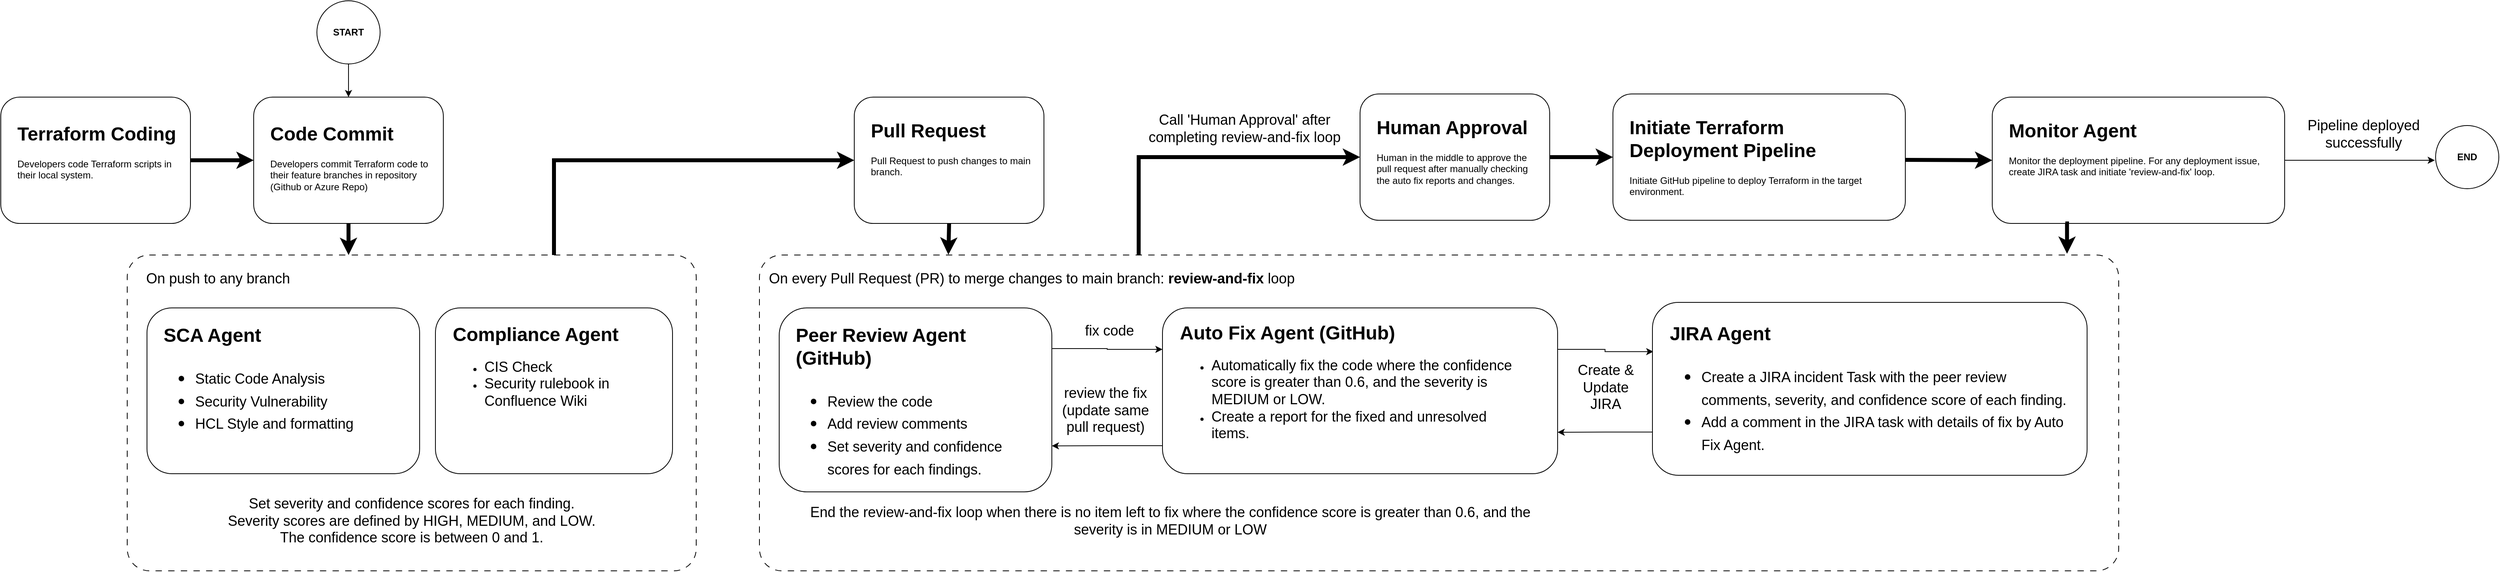
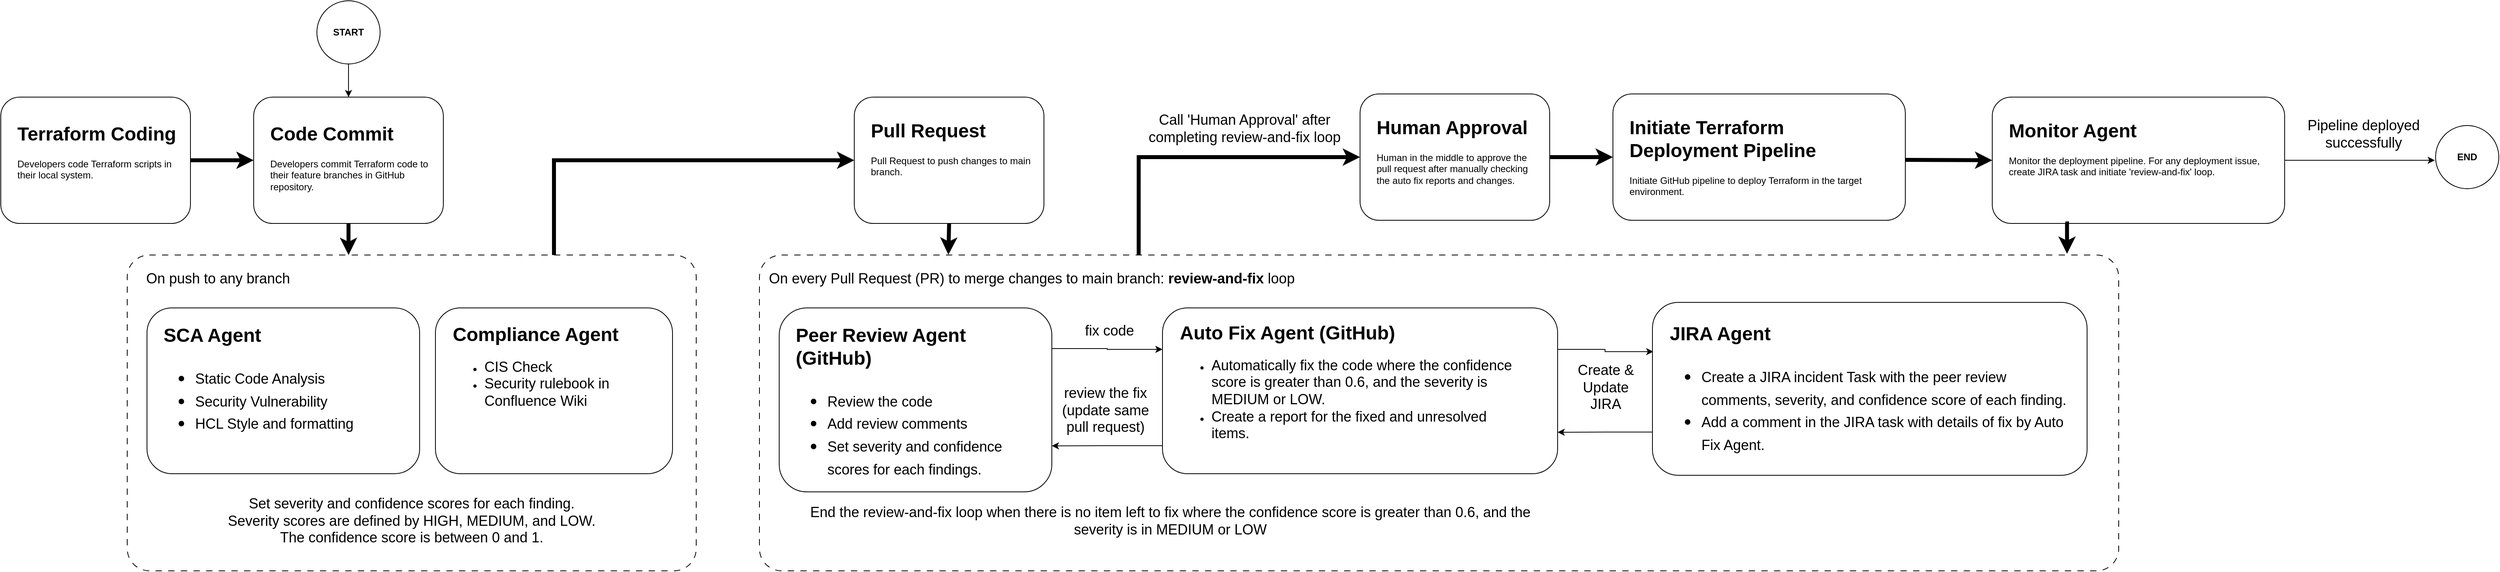
<mxfile host="app.diagrams.net">
  <diagram name="Page-1" id="llQ14HlxIDWXj9B5HY60">
    <mxGraphModel dx="1006" dy="638" grid="1" gridSize="10" guides="1" tooltips="1" connect="1" arrows="1" fold="1" page="1" pageScale="1" pageWidth="850" pageHeight="1100" math="0" shadow="0">
      <root>
        <mxCell id="0" />
        <mxCell id="1" parent="0" />
        <mxCell id="IWc9zJM8tDhvkjJ2dRjy-13" edge="1" parent="1" source="IWc9zJM8tDhvkjJ2dRjy-5" style="edgeStyle=orthogonalEdgeStyle;rounded=0;orthogonalLoop=1;jettySize=auto;html=1;entryX=0;entryY=0.5;entryDx=0;entryDy=0;exitX=0.75;exitY=0;exitDx=0;exitDy=0;strokeWidth=5;" target="IWc9zJM8tDhvkjJ2dRjy-1">
          <mxGeometry relative="1" as="geometry" />
        </mxCell>
        <mxCell id="oJW8UGhNAXkty13G2p3x-1" parent="1" style="rounded=1;whiteSpace=wrap;html=1;" value="" vertex="1">
          <mxGeometry height="160" width="240" x="440" y="200" as="geometry" />
        </mxCell>
-         <mxCell id="oJW8UGhNAXkty13G2p3x-3" parent="1" style="text;html=1;whiteSpace=wrap;overflow=hidden;rounded=0;" value="&lt;h1 style=&quot;margin-top: 0px;&quot;&gt;Code Commit&lt;/h1&gt;&lt;p&gt;Developers commit Terraform code to their feature branches in repository (Github or Azure Repo)&lt;/p&gt;" vertex="1">
+         <mxCell id="oJW8UGhNAXkty13G2p3x-3" parent="1" style="text;html=1;whiteSpace=wrap;overflow=hidden;rounded=0;" value="&lt;h1 style=&quot;margin-top: 0px;&quot;&gt;Code Commit&lt;/h1&gt;&lt;p&gt;Developers commit Terraform code to their feature branches in GitHub repository.&lt;/p&gt;" vertex="1">
          <mxGeometry height="100" width="210" x="459" y="226" as="geometry" />
        </mxCell>
        <mxCell id="IWc9zJM8tDhvkjJ2dRjy-35" edge="1" parent="1" source="IWc9zJM8tDhvkjJ2dRjy-14" style="edgeStyle=orthogonalEdgeStyle;rounded=0;orthogonalLoop=1;jettySize=auto;html=1;entryX=0;entryY=0.5;entryDx=0;entryDy=0;exitX=0.279;exitY=0.025;exitDx=0;exitDy=0;exitPerimeter=0;strokeWidth=5;" target="IWc9zJM8tDhvkjJ2dRjy-33">
          <mxGeometry relative="1" as="geometry">
            <Array as="points">
              <mxPoint x="1560" y="276" />
            </Array>
          </mxGeometry>
        </mxCell>
        <mxCell id="IWc9zJM8tDhvkjJ2dRjy-1" parent="1" style="rounded=1;whiteSpace=wrap;html=1;" value="" vertex="1">
          <mxGeometry height="160" width="240" x="1200" y="200" as="geometry" />
        </mxCell>
        <mxCell id="IWc9zJM8tDhvkjJ2dRjy-2" parent="1" style="text;html=1;whiteSpace=wrap;overflow=hidden;rounded=0;" value="&lt;h1 style=&quot;margin-top: 0px;&quot;&gt;Pull Request&lt;/h1&gt;&lt;p&gt;Pull Request to push changes to main branch.&lt;/p&gt;" vertex="1">
          <mxGeometry height="100" width="210" x="1219" y="222" as="geometry" />
        </mxCell>
        <mxCell id="IWc9zJM8tDhvkjJ2dRjy-12" edge="1" parent="1" source="IWc9zJM8tDhvkjJ2dRjy-3" style="edgeStyle=orthogonalEdgeStyle;rounded=0;orthogonalLoop=1;jettySize=auto;html=1;exitX=1;exitY=0.5;exitDx=0;exitDy=0;entryX=0;entryY=0.5;entryDx=0;entryDy=0;strokeWidth=5;" target="oJW8UGhNAXkty13G2p3x-1">
          <mxGeometry relative="1" as="geometry" />
        </mxCell>
        <mxCell id="IWc9zJM8tDhvkjJ2dRjy-3" parent="1" style="rounded=1;whiteSpace=wrap;html=1;" value="" vertex="1">
          <mxGeometry height="160" width="240" x="120" y="200" as="geometry" />
        </mxCell>
        <mxCell id="IWc9zJM8tDhvkjJ2dRjy-4" parent="1" style="text;html=1;whiteSpace=wrap;overflow=hidden;rounded=0;" value="&lt;h1 style=&quot;margin-top: 0px;&quot;&gt;Terraform Coding&lt;/h1&gt;&lt;p&gt;Developers code Terraform scripts in their local system.&lt;/p&gt;" vertex="1">
          <mxGeometry height="100" width="210" x="139" y="226" as="geometry" />
        </mxCell>
        <mxCell id="IWc9zJM8tDhvkjJ2dRjy-5" parent="1" style="rounded=1;whiteSpace=wrap;html=1;arcSize=7;dashed=1;dashPattern=8 8;" value="" vertex="1">
          <mxGeometry height="400" width="720" x="280" y="400" as="geometry" />
        </mxCell>
        <mxCell id="IWc9zJM8tDhvkjJ2dRjy-6" parent="1" style="text;html=1;whiteSpace=wrap;strokeColor=none;fillColor=none;align=center;verticalAlign=middle;rounded=0;" value="&lt;font style=&quot;font-size: 18px;&quot;&gt;On push to any branch&lt;/font&gt;" vertex="1">
          <mxGeometry height="30" width="210" x="290" y="415" as="geometry" />
        </mxCell>
        <mxCell id="IWc9zJM8tDhvkjJ2dRjy-7" parent="1" style="rounded=1;whiteSpace=wrap;html=1;" value="" vertex="1">
          <mxGeometry height="210" width="345" x="305" y="467" as="geometry" />
        </mxCell>
        <mxCell id="IWc9zJM8tDhvkjJ2dRjy-8" parent="1" style="text;html=1;whiteSpace=wrap;overflow=hidden;rounded=0;" value="&lt;h1 style=&quot;margin-top: 0px;&quot;&gt;SCA Agent&lt;/h1&gt;&lt;h1 style=&quot;margin-top: 0px;&quot;&gt;&lt;p style=&quot;font-size: 12px; font-weight: 400;&quot;&gt;&lt;/p&gt;&lt;ul&gt;&lt;li&gt;&lt;span style=&quot;font-size: 18px; font-weight: normal;&quot;&gt;Static Code Analysis&lt;/span&gt;&lt;/li&gt;&lt;li&gt;&lt;span style=&quot;font-size: 18px; font-weight: normal;&quot;&gt;Security Vulnerability&lt;/span&gt;&lt;/li&gt;&lt;li&gt;&lt;span style=&quot;font-size: 18px; font-weight: normal;&quot;&gt;HCL Style and formatting&lt;/span&gt;&lt;/li&gt;&lt;/ul&gt;&lt;p&gt;&lt;/p&gt;&lt;/h1&gt;" vertex="1">
          <mxGeometry height="183" width="306" x="324" y="481" as="geometry" />
        </mxCell>
        <mxCell id="IWc9zJM8tDhvkjJ2dRjy-9" parent="1" style="rounded=1;whiteSpace=wrap;html=1;" value="" vertex="1">
          <mxGeometry height="210" width="300" x="670" y="467" as="geometry" />
        </mxCell>
        <mxCell id="IWc9zJM8tDhvkjJ2dRjy-10" parent="1" style="text;html=1;whiteSpace=wrap;overflow=hidden;rounded=0;" value="&lt;h1 style=&quot;margin-top: 0px;&quot;&gt;Compliance Agent&lt;/h1&gt;&lt;p&gt;&lt;/p&gt;&lt;ul&gt;&lt;li&gt;&lt;span style=&quot;font-size: 18px;&quot;&gt;CIS Check&lt;/span&gt;&lt;/li&gt;&lt;li&gt;&lt;span style=&quot;font-size: 18px;&quot;&gt;Security rulebook in Confluence Wiki&lt;/span&gt;&lt;/li&gt;&lt;/ul&gt;&lt;p&gt;&lt;/p&gt;" vertex="1">
          <mxGeometry height="180" width="269" x="690" y="480" as="geometry" />
        </mxCell>
        <mxCell id="IWc9zJM8tDhvkjJ2dRjy-11" edge="1" parent="1" source="oJW8UGhNAXkty13G2p3x-1" style="edgeStyle=orthogonalEdgeStyle;rounded=0;orthogonalLoop=1;jettySize=auto;html=1;exitX=0.5;exitY=1;exitDx=0;exitDy=0;entryX=0.389;entryY=0;entryDx=0;entryDy=0;entryPerimeter=0;strokeWidth=5;" target="IWc9zJM8tDhvkjJ2dRjy-5">
          <mxGeometry relative="1" as="geometry" />
        </mxCell>
        <mxCell id="IWc9zJM8tDhvkjJ2dRjy-14" parent="1" style="rounded=1;whiteSpace=wrap;html=1;arcSize=7;dashed=1;dashPattern=8 8;" value="" vertex="1">
          <mxGeometry height="400" width="1720" x="1080" y="400" as="geometry" />
        </mxCell>
        <mxCell id="IWc9zJM8tDhvkjJ2dRjy-15" parent="1" style="text;html=1;whiteSpace=wrap;strokeColor=none;fillColor=none;align=left;verticalAlign=middle;rounded=0;" value="&lt;font style=&quot;font-size: 18px;&quot;&gt;On every Pull Request (PR) to merge changes to main branch: &lt;b&gt;review-and-fix &lt;/b&gt;loop&lt;/font&gt;" vertex="1">
          <mxGeometry height="30" width="740" x="1090" y="415" as="geometry" />
        </mxCell>
        <mxCell id="IWc9zJM8tDhvkjJ2dRjy-22" edge="1" parent="1" source="IWc9zJM8tDhvkjJ2dRjy-16" style="edgeStyle=orthogonalEdgeStyle;rounded=0;orthogonalLoop=1;jettySize=auto;html=1;exitX=1;exitY=0.221;exitDx=0;exitDy=0;entryX=0;entryY=0.25;entryDx=0;entryDy=0;exitPerimeter=0;" target="IWc9zJM8tDhvkjJ2dRjy-18">
          <mxGeometry relative="1" as="geometry" />
        </mxCell>
        <mxCell id="IWc9zJM8tDhvkjJ2dRjy-16" parent="1" style="rounded=1;whiteSpace=wrap;html=1;" value="" vertex="1">
          <mxGeometry height="233" width="345" x="1105" y="467" as="geometry" />
        </mxCell>
        <mxCell id="IWc9zJM8tDhvkjJ2dRjy-17" parent="1" style="text;html=1;whiteSpace=wrap;overflow=hidden;rounded=0;" value="&lt;h1 style=&quot;margin-top: 0px;&quot;&gt;Peer Review Agent (GitHub)&lt;/h1&gt;&lt;h1 style=&quot;margin-top: 0px;&quot;&gt;&lt;p style=&quot;font-size: 12px; font-weight: 400;&quot;&gt;&lt;/p&gt;&lt;ul&gt;&lt;li&gt;&lt;span style=&quot;font-size: 18px; font-weight: 400;&quot;&gt;Review the code&lt;/span&gt;&lt;/li&gt;&lt;li&gt;&lt;span style=&quot;font-size: 18px; font-weight: 400;&quot;&gt;Add review comments&lt;/span&gt;&lt;/li&gt;&lt;li&gt;&lt;span style=&quot;font-size: 18px; font-weight: 400;&quot;&gt;Set severity and confidence scores for each findings.&lt;/span&gt;&lt;/li&gt;&lt;/ul&gt;&lt;p&gt;&lt;/p&gt;&lt;/h1&gt;" vertex="1">
          <mxGeometry height="209" width="306" x="1124" y="481" as="geometry" />
        </mxCell>
        <mxCell id="IWc9zJM8tDhvkjJ2dRjy-23" edge="1" parent="1" source="IWc9zJM8tDhvkjJ2dRjy-18" style="edgeStyle=orthogonalEdgeStyle;rounded=0;orthogonalLoop=1;jettySize=auto;html=1;exitX=0;exitY=0.831;exitDx=0;exitDy=0;entryX=1;entryY=0.75;entryDx=0;entryDy=0;exitPerimeter=0;" target="IWc9zJM8tDhvkjJ2dRjy-16">
          <mxGeometry relative="1" as="geometry" />
        </mxCell>
        <mxCell id="IWc9zJM8tDhvkjJ2dRjy-31" edge="1" parent="1" source="IWc9zJM8tDhvkjJ2dRjy-18" style="edgeStyle=orthogonalEdgeStyle;rounded=0;orthogonalLoop=1;jettySize=auto;html=1;exitX=1;exitY=0.25;exitDx=0;exitDy=0;entryX=0.002;entryY=0.285;entryDx=0;entryDy=0;entryPerimeter=0;" target="IWc9zJM8tDhvkjJ2dRjy-27">
          <mxGeometry relative="1" as="geometry" />
        </mxCell>
        <mxCell id="IWc9zJM8tDhvkjJ2dRjy-18" parent="1" style="rounded=1;whiteSpace=wrap;html=1;" value="" vertex="1">
          <mxGeometry height="210" width="500" x="1590" y="467" as="geometry" />
        </mxCell>
        <mxCell id="IWc9zJM8tDhvkjJ2dRjy-19" parent="1" style="text;html=1;whiteSpace=wrap;overflow=hidden;rounded=0;" value="&lt;h1 style=&quot;margin-top: 0px;&quot;&gt;Auto Fix Agent (GitHub)&lt;/h1&gt;&lt;p&gt;&lt;/p&gt;&lt;ul&gt;&lt;li&gt;&lt;span style=&quot;font-size: 18px;&quot;&gt;Automatically fix the code where the confidence score is greater than 0.6, and the severity is MEDIUM or LOW.&amp;nbsp;&lt;/span&gt;&lt;/li&gt;&lt;li&gt;&lt;span style=&quot;font-size: 18px;&quot;&gt;Create a report for the fixed and unresolved items.&lt;/span&gt;&lt;/li&gt;&lt;/ul&gt;&lt;p&gt;&lt;/p&gt;" vertex="1">
          <mxGeometry height="192" width="440" x="1610" y="478" as="geometry" />
        </mxCell>
        <mxCell id="IWc9zJM8tDhvkjJ2dRjy-20" parent="1" style="text;whiteSpace=wrap;fontSize=18;align=center;" value="Set severity and confidence scores for each finding.&#xa;Severity scores are defined by HIGH, MEDIUM, and LOW.&#xa;The confidence score is between 0 and 1." vertex="1">
          <mxGeometry height="77" width="640" x="320" y="698" as="geometry" />
        </mxCell>
        <mxCell id="IWc9zJM8tDhvkjJ2dRjy-21" edge="1" parent="1" source="IWc9zJM8tDhvkjJ2dRjy-1" style="edgeStyle=orthogonalEdgeStyle;rounded=0;orthogonalLoop=1;jettySize=auto;html=1;exitX=0.5;exitY=1;exitDx=0;exitDy=0;entryX=0.139;entryY=-0.001;entryDx=0;entryDy=0;entryPerimeter=0;strokeWidth=5;" target="IWc9zJM8tDhvkjJ2dRjy-14">
          <mxGeometry relative="1" as="geometry" />
        </mxCell>
        <mxCell id="IWc9zJM8tDhvkjJ2dRjy-24" parent="1" style="text;html=1;whiteSpace=wrap;strokeColor=none;fillColor=none;align=center;verticalAlign=middle;rounded=0;" value="&lt;font style=&quot;font-size: 18px;&quot;&gt;fix code&lt;/font&gt;" vertex="1">
          <mxGeometry height="30" width="82" x="1482" y="481" as="geometry" />
        </mxCell>
        <mxCell id="IWc9zJM8tDhvkjJ2dRjy-25" parent="1" style="text;html=1;whiteSpace=wrap;strokeColor=none;fillColor=none;align=center;verticalAlign=middle;rounded=0;" value="&lt;font style=&quot;font-size: 18px;&quot;&gt;review the fix (update same pull request)&lt;/font&gt;" vertex="1">
          <mxGeometry height="67" width="120" x="1458" y="563" as="geometry" />
        </mxCell>
        <mxCell id="IWc9zJM8tDhvkjJ2dRjy-26" parent="1" style="text;html=1;whiteSpace=wrap;strokeColor=none;fillColor=none;align=center;verticalAlign=middle;rounded=0;" value="&lt;font style=&quot;font-size: 18px;&quot;&gt;End the review-and-fix loop when there is no item left to fix where the confidence score is greater than 0.6, and the severity is in MEDIUM or LOW&lt;/font&gt;" vertex="1">
          <mxGeometry height="50" width="980" x="1110" y="711.5" as="geometry" />
        </mxCell>
        <mxCell id="IWc9zJM8tDhvkjJ2dRjy-30" edge="1" parent="1" source="IWc9zJM8tDhvkjJ2dRjy-27" style="edgeStyle=orthogonalEdgeStyle;rounded=0;orthogonalLoop=1;jettySize=auto;html=1;exitX=0;exitY=0.75;exitDx=0;exitDy=0;entryX=1;entryY=0.75;entryDx=0;entryDy=0;" target="IWc9zJM8tDhvkjJ2dRjy-18">
          <mxGeometry relative="1" as="geometry" />
        </mxCell>
        <mxCell id="IWc9zJM8tDhvkjJ2dRjy-27" parent="1" style="rounded=1;whiteSpace=wrap;html=1;" value="" vertex="1">
          <mxGeometry height="219" width="550" x="2210" y="460" as="geometry" />
        </mxCell>
        <mxCell id="IWc9zJM8tDhvkjJ2dRjy-28" parent="1" style="text;html=1;whiteSpace=wrap;overflow=hidden;rounded=0;" value="&lt;h1 style=&quot;margin-top: 0px;&quot;&gt;JIRA Agent&lt;/h1&gt;&lt;h1 style=&quot;margin-top: 0px;&quot;&gt;&lt;p style=&quot;font-size: 12px; font-weight: 400;&quot;&gt;&lt;/p&gt;&lt;ul&gt;&lt;li&gt;&lt;span style=&quot;font-size: 18px; font-weight: 400;&quot;&gt;Create a JIRA incident Task with the peer review comments, severity, and confidence score of each finding.&lt;/span&gt;&lt;/li&gt;&lt;li&gt;&lt;span style=&quot;font-size: 18px; font-weight: 400;&quot;&gt;Add a comment in the JIRA task with details of fix by Auto Fix Agent.&lt;/span&gt;&lt;/li&gt;&lt;/ul&gt;&lt;p&gt;&lt;/p&gt;&lt;/h1&gt;" vertex="1">
          <mxGeometry height="191" width="510" x="2230" y="479" as="geometry" />
        </mxCell>
        <mxCell id="IWc9zJM8tDhvkjJ2dRjy-32" parent="1" style="text;html=1;whiteSpace=wrap;strokeColor=none;fillColor=none;align=center;verticalAlign=middle;rounded=0;" value="&lt;font style=&quot;font-size: 18px;&quot;&gt;Create &amp;amp; Update JIRA&lt;/font&gt;" vertex="1">
          <mxGeometry height="57.5" width="102" x="2100" y="539" as="geometry" />
        </mxCell>
        <mxCell id="IWc9zJM8tDhvkjJ2dRjy-39" edge="1" parent="1" source="IWc9zJM8tDhvkjJ2dRjy-33" style="edgeStyle=orthogonalEdgeStyle;rounded=0;orthogonalLoop=1;jettySize=auto;html=1;exitX=1;exitY=0.5;exitDx=0;exitDy=0;entryX=0;entryY=0.5;entryDx=0;entryDy=0;strokeWidth=5;" target="IWc9zJM8tDhvkjJ2dRjy-37">
          <mxGeometry relative="1" as="geometry" />
        </mxCell>
        <mxCell id="IWc9zJM8tDhvkjJ2dRjy-33" parent="1" style="rounded=1;whiteSpace=wrap;html=1;" value="" vertex="1">
          <mxGeometry height="160" width="240" x="1840" y="196" as="geometry" />
        </mxCell>
        <mxCell id="IWc9zJM8tDhvkjJ2dRjy-34" parent="1" style="text;html=1;whiteSpace=wrap;overflow=hidden;rounded=0;" value="&lt;h1 style=&quot;margin-top: 0px;&quot;&gt;Human Approval&lt;/h1&gt;&lt;p&gt;Human in the middle to approve the pull request after manually checking the auto fix reports and changes.&amp;nbsp;&lt;/p&gt;" vertex="1">
          <mxGeometry height="100" width="210" x="1859" y="218" as="geometry" />
        </mxCell>
        <mxCell id="IWc9zJM8tDhvkjJ2dRjy-36" parent="1" style="text;html=1;whiteSpace=wrap;strokeColor=none;fillColor=none;align=center;verticalAlign=middle;rounded=0;" value="&lt;font style=&quot;font-size: 18px;&quot;&gt;Call &#39;Human Approval&#39; after completing review-and-fix loop&lt;/font&gt;" vertex="1">
          <mxGeometry height="60" width="248" x="1570" y="210" as="geometry" />
        </mxCell>
        <mxCell id="IWc9zJM8tDhvkjJ2dRjy-37" parent="1" style="rounded=1;whiteSpace=wrap;html=1;" value="" vertex="1">
          <mxGeometry height="160" width="370" x="2160" y="196" as="geometry" />
        </mxCell>
        <mxCell id="IWc9zJM8tDhvkjJ2dRjy-38" parent="1" style="text;html=1;whiteSpace=wrap;overflow=hidden;rounded=0;" value="&lt;h1 style=&quot;margin-top: 0px;&quot;&gt;Initiate Terraform Deployment Pipeline&lt;/h1&gt;&lt;p&gt;Initiate GitHub pipeline to deploy Terraform in the target environment.&amp;nbsp;&amp;nbsp;&lt;/p&gt;" vertex="1">
          <mxGeometry height="112" width="341" x="2179" y="218" as="geometry" />
        </mxCell>
        <mxCell id="IWc9zJM8tDhvkjJ2dRjy-41" edge="1" parent="1" source="IWc9zJM8tDhvkjJ2dRjy-40" style="edgeStyle=orthogonalEdgeStyle;rounded=0;orthogonalLoop=1;jettySize=auto;html=1;exitX=0.5;exitY=1;exitDx=0;exitDy=0;entryX=0.5;entryY=0;entryDx=0;entryDy=0;" target="oJW8UGhNAXkty13G2p3x-1">
          <mxGeometry relative="1" as="geometry" />
        </mxCell>
        <mxCell id="IWc9zJM8tDhvkjJ2dRjy-40" parent="1" style="ellipse;whiteSpace=wrap;html=1;aspect=fixed;fontStyle=1" value="START" vertex="1">
          <mxGeometry height="80" width="80" x="520" y="78" as="geometry" />
        </mxCell>
        <mxCell id="IWc9zJM8tDhvkjJ2dRjy-47" edge="1" parent="1" source="IWc9zJM8tDhvkjJ2dRjy-42" style="edgeStyle=orthogonalEdgeStyle;rounded=0;orthogonalLoop=1;jettySize=auto;html=1;exitX=1;exitY=0.5;exitDx=0;exitDy=0;">
          <mxGeometry relative="1" as="geometry">
            <mxPoint x="3200" y="280" as="targetPoint" />
          </mxGeometry>
        </mxCell>
        <mxCell id="IWc9zJM8tDhvkjJ2dRjy-42" parent="1" style="rounded=1;whiteSpace=wrap;html=1;" value="" vertex="1">
          <mxGeometry height="160" width="370" x="2640" y="200" as="geometry" />
        </mxCell>
        <mxCell id="IWc9zJM8tDhvkjJ2dRjy-43" parent="1" style="text;html=1;whiteSpace=wrap;overflow=hidden;rounded=0;" value="&lt;h1 style=&quot;margin-top: 0px;&quot;&gt;Monitor Agent&lt;/h1&gt;&lt;p&gt;Monitor the deployment pipeline.&amp;nbsp;&lt;span style=&quot;background-color: transparent; color: light-dark(rgb(0, 0, 0), rgb(255, 255, 255));&quot;&gt;F&lt;/span&gt;&lt;span style=&quot;background-color: transparent; color: light-dark(rgb(0, 0, 0), rgb(255, 255, 255));&quot;&gt;or any deployment issue, create JIRA task and initiate &#39;review-and-fix&#39; loop.&lt;/span&gt;&lt;/p&gt;" vertex="1">
          <mxGeometry height="112" width="341" x="2659" y="222" as="geometry" />
        </mxCell>
        <mxCell id="IWc9zJM8tDhvkjJ2dRjy-44" edge="1" parent="1" style="edgeStyle=orthogonalEdgeStyle;rounded=0;orthogonalLoop=1;jettySize=auto;html=1;exitX=1;exitY=0.5;exitDx=0;exitDy=0;entryX=0;entryY=0.5;entryDx=0;entryDy=0;strokeWidth=5;" target="IWc9zJM8tDhvkjJ2dRjy-42">
          <mxGeometry relative="1" as="geometry">
            <mxPoint x="2530" y="279.5" as="sourcePoint" />
            <mxPoint x="2610" y="279.5" as="targetPoint" />
          </mxGeometry>
        </mxCell>
        <mxCell id="IWc9zJM8tDhvkjJ2dRjy-45" edge="1" parent="1" source="IWc9zJM8tDhvkjJ2dRjy-42" style="edgeStyle=orthogonalEdgeStyle;rounded=0;orthogonalLoop=1;jettySize=auto;html=1;exitX=0.25;exitY=1;exitDx=0;exitDy=0;entryX=0.962;entryY=-0.004;entryDx=0;entryDy=0;entryPerimeter=0;strokeWidth=5;" target="IWc9zJM8tDhvkjJ2dRjy-14">
          <mxGeometry relative="1" as="geometry" />
        </mxCell>
        <mxCell id="IWc9zJM8tDhvkjJ2dRjy-46" parent="1" style="ellipse;whiteSpace=wrap;html=1;aspect=fixed;fontStyle=1" value="END" vertex="1">
          <mxGeometry height="80" width="80" x="3201" y="236" as="geometry" />
        </mxCell>
        <mxCell id="IWc9zJM8tDhvkjJ2dRjy-48" parent="1" style="text;html=1;whiteSpace=wrap;strokeColor=none;fillColor=none;align=center;verticalAlign=middle;rounded=0;" value="&lt;font style=&quot;font-size: 18px;&quot;&gt;Pipeline deployed successfully&lt;/font&gt;" vertex="1">
          <mxGeometry height="57.5" width="160" x="3030" y="218" as="geometry" />
        </mxCell>
      </root>
    </mxGraphModel>
  </diagram>
</mxfile>
